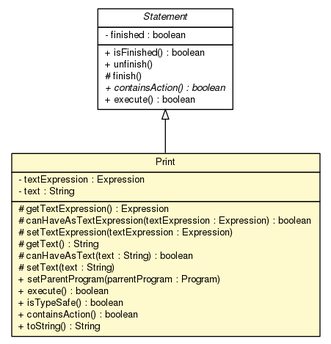
Earlier version of the Graphviz export doc/model/programs/parsing/language/statement/Print.png (sinopeus/asteroids). Its source is kept beside it as doc/model/programs/parsing/language/statement/Print.dot. The source it was exported from:
```dot

digraph G {
	edge [fontname="Helvetica",fontsize=10,labelfontname="Helvetica",labelfontsize=10];
	node [fontname="Helvetica",fontsize=10,shape=plaintext];
	nodesep=0.25;
	ranksep=0.5;
	c13630 [label=<<table title="model.programs.parsing.language.statement.Statement" border="0" cellborder="1" cellspacing="0" cellpadding="2" port="p" href="./Statement.html">
		<tr><td><table border="0" cellspacing="0" cellpadding="1">
<tr><td align="center" balign="center"><font face="Helvetica-Oblique"> Statement </font></td></tr>
		</table></td></tr>
		<tr><td><table border="0" cellspacing="0" cellpadding="1">
<tr><td align="left" balign="left"> - finished : boolean </td></tr>
		</table></td></tr>
		<tr><td><table border="0" cellspacing="0" cellpadding="1">
<tr><td align="left" balign="left"> + isFinished() : boolean </td></tr>
<tr><td align="left" balign="left"> + unfinish() </td></tr>
<tr><td align="left" balign="left"> # finish() </td></tr>
<tr><td align="left" balign="left"><font face="Helvetica-Oblique" point-size="10.0"> + containsAction() : boolean </font></td></tr>
<tr><td align="left" balign="left"> + execute() : boolean </td></tr>
		</table></td></tr>
		</table>>, URL="./Statement.html", fontname="Helvetica", fontcolor="black", fontsize=10.0];
	c13633 [label=<<table title="model.programs.parsing.language.statement.Print" border="0" cellborder="1" cellspacing="0" cellpadding="2" port="p" bgcolor="lemonChiffon" href="./Print.html">
		<tr><td><table border="0" cellspacing="0" cellpadding="1">
<tr><td align="center" balign="center"> Print </td></tr>
		</table></td></tr>
		<tr><td><table border="0" cellspacing="0" cellpadding="1">
<tr><td align="left" balign="left"> - textExpression : Expression </td></tr>
<tr><td align="left" balign="left"> - text : String </td></tr>
		</table></td></tr>
		<tr><td><table border="0" cellspacing="0" cellpadding="1">
<tr><td align="left" balign="left"> # getTextExpression() : Expression </td></tr>
<tr><td align="left" balign="left"> # canHaveAsTextExpression(textExpression : Expression) : boolean </td></tr>
<tr><td align="left" balign="left"> # setTextExpression(textExpression : Expression) </td></tr>
<tr><td align="left" balign="left"> # getText() : String </td></tr>
<tr><td align="left" balign="left"> # canHaveAsText(text : String) : boolean </td></tr>
<tr><td align="left" balign="left"> # setText(text : String) </td></tr>
<tr><td align="left" balign="left"> + setParentProgram(parrentProgram : Program) </td></tr>
<tr><td align="left" balign="left"> + execute() : boolean </td></tr>
<tr><td align="left" balign="left"> + isTypeSafe() : boolean </td></tr>
<tr><td align="left" balign="left"> + containsAction() : boolean </td></tr>
<tr><td align="left" balign="left"> + toString() : String </td></tr>
		</table></td></tr>
		</table>>, URL="./Print.html", fontname="Helvetica", fontcolor="black", fontsize=10.0];
	c13630:p -> c13633:p [dir=back,arrowtail=empty];
}
```
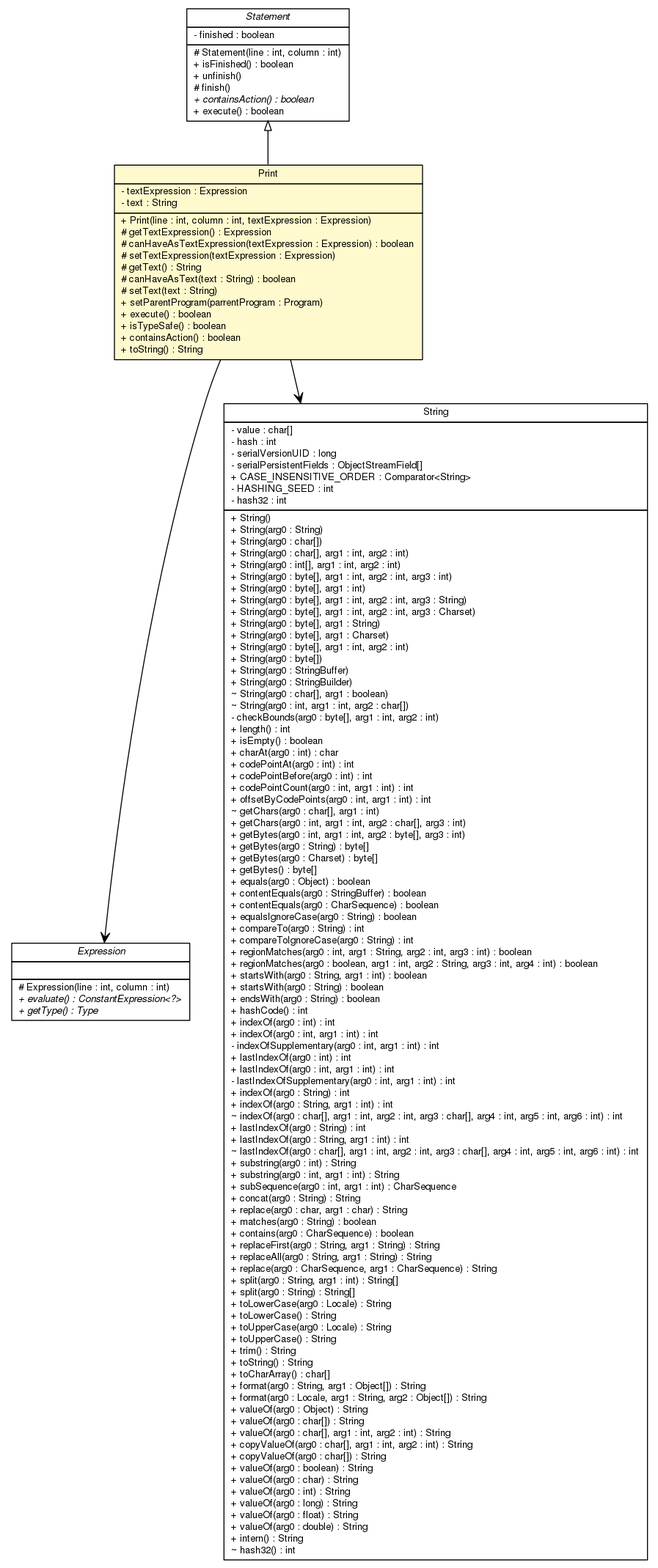
Above is the later version.

Diff of the diagram source:
```diff
@@ -4,7 +4,20 @@
 	node [fontname="Helvetica",fontsize=10,shape=plaintext];
 	nodesep=0.25;
 	ranksep=0.5;
-	c13630 [label=<<table title="model.programs.parsing.language.statement.Statement" border="0" cellborder="1" cellspacing="0" cellpadding="2" port="p" href="./Statement.html">
+	c13638 [label=<<table title="model.programs.parsing.language.expression.Expression" border="0" cellborder="1" cellspacing="0" cellpadding="2" port="p" href="../expression/Expression.html">
+		<tr><td><table border="0" cellspacing="0" cellpadding="1">
+<tr><td align="center" balign="center"><font face="Helvetica-Oblique"> Expression </font></td></tr>
+		</table></td></tr>
+		<tr><td><table border="0" cellspacing="0" cellpadding="1">
+<tr><td align="left" balign="left">  </td></tr>
+		</table></td></tr>
+		<tr><td><table border="0" cellspacing="0" cellpadding="1">
+<tr><td align="left" balign="left"> # Expression(line : int, column : int) </td></tr>
+<tr><td align="left" balign="left"><font face="Helvetica-Oblique" point-size="10.0"> + evaluate() : ConstantExpression&lt;?&gt; </font></td></tr>
+<tr><td align="left" balign="left"><font face="Helvetica-Oblique" point-size="10.0"> + getType() : Type </font></td></tr>
+		</table></td></tr>
+		</table>>, URL="../expression/Expression.html", fontname="Helvetica", fontcolor="black", fontsize=10.0];
+	c13677 [label=<<table title="model.programs.parsing.language.statement.Statement" border="0" cellborder="1" cellspacing="0" cellpadding="2" port="p" href="./Statement.html">
 		<tr><td><table border="0" cellspacing="0" cellpadding="1">
 <tr><td align="center" balign="center"><font face="Helvetica-Oblique"> Statement </font></td></tr>
 		</table></td></tr>
@@ -12,6 +25,7 @@
 <tr><td align="left" balign="left"> - finished : boolean </td></tr>
 		</table></td></tr>
 		<tr><td><table border="0" cellspacing="0" cellpadding="1">
+<tr><td align="left" balign="left"> # Statement(line : int, column : int) </td></tr>
 <tr><td align="left" balign="left"> + isFinished() : boolean </td></tr>
 <tr><td align="left" balign="left"> + unfinish() </td></tr>
 <tr><td align="left" balign="left"> # finish() </td></tr>
@@ -19,7 +33,7 @@
 <tr><td align="left" balign="left"> + execute() : boolean </td></tr>
 		</table></td></tr>
 		</table>>, URL="./Statement.html", fontname="Helvetica", fontcolor="black", fontsize=10.0];
-	c13633 [label=<<table title="model.programs.parsing.language.statement.Print" border="0" cellborder="1" cellspacing="0" cellpadding="2" port="p" bgcolor="lemonChiffon" href="./Print.html">
+	c13680 [label=<<table title="model.programs.parsing.language.statement.Print" border="0" cellborder="1" cellspacing="0" cellpadding="2" port="p" bgcolor="lemonChiffon" href="./Print.html">
 		<tr><td><table border="0" cellspacing="0" cellpadding="1">
 <tr><td align="center" balign="center"> Print </td></tr>
 		</table></td></tr>
@@ -28,6 +42,7 @@
 <tr><td align="left" balign="left"> - text : String </td></tr>
 		</table></td></tr>
 		<tr><td><table border="0" cellspacing="0" cellpadding="1">
+<tr><td align="left" balign="left"> + Print(line : int, column : int, textExpression : Expression) </td></tr>
 <tr><td align="left" balign="left"> # getTextExpression() : Expression </td></tr>
 <tr><td align="left" balign="left"> # canHaveAsTextExpression(textExpression : Expression) : boolean </td></tr>
 <tr><td align="left" balign="left"> # setTextExpression(textExpression : Expression) </td></tr>
@@ -41,5 +56,112 @@
 <tr><td align="left" balign="left"> + toString() : String </td></tr>
 		</table></td></tr>
 		</table>>, URL="./Print.html", fontname="Helvetica", fontcolor="black", fontsize=10.0];
-	c13630:p -> c13633:p [dir=back,arrowtail=empty];
+	c13677:p -> c13680:p [dir=back,arrowtail=empty];
+	c13680:p -> c13638:p [taillabel="", label="", headlabel="", fontname="Helvetica", fontcolor="black", fontsize=10.0, color="black", arrowhead=open];
+	c13680:p -> c13711:p [taillabel="", label="", headlabel="", fontname="Helvetica", fontcolor="black", fontsize=10.0, color="black", arrowhead=open];
+	c13711 [label=<<table title="java.lang.String" border="0" cellborder="1" cellspacing="0" cellpadding="2" port="p" href="http://java.sun.com/j2se/1.4.2/docs/api/java/lang/String.html">
+		<tr><td><table border="0" cellspacing="0" cellpadding="1">
+<tr><td align="center" balign="center"> String </td></tr>
+		</table></td></tr>
+		<tr><td><table border="0" cellspacing="0" cellpadding="1">
+<tr><td align="left" balign="left"> - value : char[] </td></tr>
+<tr><td align="left" balign="left"> - hash : int </td></tr>
+<tr><td align="left" balign="left"> - serialVersionUID : long </td></tr>
+<tr><td align="left" balign="left"> - serialPersistentFields : ObjectStreamField[] </td></tr>
+<tr><td align="left" balign="left"> + CASE_INSENSITIVE_ORDER : Comparator&lt;String&gt; </td></tr>
+<tr><td align="left" balign="left"> - HASHING_SEED : int </td></tr>
+<tr><td align="left" balign="left"> - hash32 : int </td></tr>
+		</table></td></tr>
+		<tr><td><table border="0" cellspacing="0" cellpadding="1">
+<tr><td align="left" balign="left"> + String() </td></tr>
+<tr><td align="left" balign="left"> + String(arg0 : String) </td></tr>
+<tr><td align="left" balign="left"> + String(arg0 : char[]) </td></tr>
+<tr><td align="left" balign="left"> + String(arg0 : char[], arg1 : int, arg2 : int) </td></tr>
+<tr><td align="left" balign="left"> + String(arg0 : int[], arg1 : int, arg2 : int) </td></tr>
+<tr><td align="left" balign="left"> + String(arg0 : byte[], arg1 : int, arg2 : int, arg3 : int) </td></tr>
+<tr><td align="left" balign="left"> + String(arg0 : byte[], arg1 : int) </td></tr>
+<tr><td align="left" balign="left"> + String(arg0 : byte[], arg1 : int, arg2 : int, arg3 : String) </td></tr>
+<tr><td align="left" balign="left"> + String(arg0 : byte[], arg1 : int, arg2 : int, arg3 : Charset) </td></tr>
+<tr><td align="left" balign="left"> + String(arg0 : byte[], arg1 : String) </td></tr>
+<tr><td align="left" balign="left"> + String(arg0 : byte[], arg1 : Charset) </td></tr>
+<tr><td align="left" balign="left"> + String(arg0 : byte[], arg1 : int, arg2 : int) </td></tr>
+<tr><td align="left" balign="left"> + String(arg0 : byte[]) </td></tr>
+<tr><td align="left" balign="left"> + String(arg0 : StringBuffer) </td></tr>
+<tr><td align="left" balign="left"> + String(arg0 : StringBuilder) </td></tr>
+<tr><td align="left" balign="left"> ~ String(arg0 : char[], arg1 : boolean) </td></tr>
+<tr><td align="left" balign="left"> ~ String(arg0 : int, arg1 : int, arg2 : char[]) </td></tr>
+<tr><td align="left" balign="left"> - checkBounds(arg0 : byte[], arg1 : int, arg2 : int) </td></tr>
+<tr><td align="left" balign="left"> + length() : int </td></tr>
+<tr><td align="left" balign="left"> + isEmpty() : boolean </td></tr>
+<tr><td align="left" balign="left"> + charAt(arg0 : int) : char </td></tr>
+<tr><td align="left" balign="left"> + codePointAt(arg0 : int) : int </td></tr>
+<tr><td align="left" balign="left"> + codePointBefore(arg0 : int) : int </td></tr>
+<tr><td align="left" balign="left"> + codePointCount(arg0 : int, arg1 : int) : int </td></tr>
+<tr><td align="left" balign="left"> + offsetByCodePoints(arg0 : int, arg1 : int) : int </td></tr>
+<tr><td align="left" balign="left"> ~ getChars(arg0 : char[], arg1 : int) </td></tr>
+<tr><td align="left" balign="left"> + getChars(arg0 : int, arg1 : int, arg2 : char[], arg3 : int) </td></tr>
+<tr><td align="left" balign="left"> + getBytes(arg0 : int, arg1 : int, arg2 : byte[], arg3 : int) </td></tr>
+<tr><td align="left" balign="left"> + getBytes(arg0 : String) : byte[] </td></tr>
+<tr><td align="left" balign="left"> + getBytes(arg0 : Charset) : byte[] </td></tr>
+<tr><td align="left" balign="left"> + getBytes() : byte[] </td></tr>
+<tr><td align="left" balign="left"> + equals(arg0 : Object) : boolean </td></tr>
+<tr><td align="left" balign="left"> + contentEquals(arg0 : StringBuffer) : boolean </td></tr>
+<tr><td align="left" balign="left"> + contentEquals(arg0 : CharSequence) : boolean </td></tr>
+<tr><td align="left" balign="left"> + equalsIgnoreCase(arg0 : String) : boolean </td></tr>
+<tr><td align="left" balign="left"> + compareTo(arg0 : String) : int </td></tr>
+<tr><td align="left" balign="left"> + compareToIgnoreCase(arg0 : String) : int </td></tr>
+<tr><td align="left" balign="left"> + regionMatches(arg0 : int, arg1 : String, arg2 : int, arg3 : int) : boolean </td></tr>
+<tr><td align="left" balign="left"> + regionMatches(arg0 : boolean, arg1 : int, arg2 : String, arg3 : int, arg4 : int) : boolean </td></tr>
+<tr><td align="left" balign="left"> + startsWith(arg0 : String, arg1 : int) : boolean </td></tr>
+<tr><td align="left" balign="left"> + startsWith(arg0 : String) : boolean </td></tr>
+<tr><td align="left" balign="left"> + endsWith(arg0 : String) : boolean </td></tr>
+<tr><td align="left" balign="left"> + hashCode() : int </td></tr>
+<tr><td align="left" balign="left"> + indexOf(arg0 : int) : int </td></tr>
+<tr><td align="left" balign="left"> + indexOf(arg0 : int, arg1 : int) : int </td></tr>
+<tr><td align="left" balign="left"> - indexOfSupplementary(arg0 : int, arg1 : int) : int </td></tr>
+<tr><td align="left" balign="left"> + lastIndexOf(arg0 : int) : int </td></tr>
+<tr><td align="left" balign="left"> + lastIndexOf(arg0 : int, arg1 : int) : int </td></tr>
+<tr><td align="left" balign="left"> - lastIndexOfSupplementary(arg0 : int, arg1 : int) : int </td></tr>
+<tr><td align="left" balign="left"> + indexOf(arg0 : String) : int </td></tr>
+<tr><td align="left" balign="left"> + indexOf(arg0 : String, arg1 : int) : int </td></tr>
+<tr><td align="left" balign="left"> ~ indexOf(arg0 : char[], arg1 : int, arg2 : int, arg3 : char[], arg4 : int, arg5 : int, arg6 : int) : int </td></tr>
+<tr><td align="left" balign="left"> + lastIndexOf(arg0 : String) : int </td></tr>
+<tr><td align="left" balign="left"> + lastIndexOf(arg0 : String, arg1 : int) : int </td></tr>
+<tr><td align="left" balign="left"> ~ lastIndexOf(arg0 : char[], arg1 : int, arg2 : int, arg3 : char[], arg4 : int, arg5 : int, arg6 : int) : int </td></tr>
+<tr><td align="left" balign="left"> + substring(arg0 : int) : String </td></tr>
+<tr><td align="left" balign="left"> + substring(arg0 : int, arg1 : int) : String </td></tr>
+<tr><td align="left" balign="left"> + subSequence(arg0 : int, arg1 : int) : CharSequence </td></tr>
+<tr><td align="left" balign="left"> + concat(arg0 : String) : String </td></tr>
+<tr><td align="left" balign="left"> + replace(arg0 : char, arg1 : char) : String </td></tr>
+<tr><td align="left" balign="left"> + matches(arg0 : String) : boolean </td></tr>
+<tr><td align="left" balign="left"> + contains(arg0 : CharSequence) : boolean </td></tr>
+<tr><td align="left" balign="left"> + replaceFirst(arg0 : String, arg1 : String) : String </td></tr>
+<tr><td align="left" balign="left"> + replaceAll(arg0 : String, arg1 : String) : String </td></tr>
+<tr><td align="left" balign="left"> + replace(arg0 : CharSequence, arg1 : CharSequence) : String </td></tr>
+<tr><td align="left" balign="left"> + split(arg0 : String, arg1 : int) : String[] </td></tr>
+<tr><td align="left" balign="left"> + split(arg0 : String) : String[] </td></tr>
+<tr><td align="left" balign="left"> + toLowerCase(arg0 : Locale) : String </td></tr>
+<tr><td align="left" balign="left"> + toLowerCase() : String </td></tr>
+<tr><td align="left" balign="left"> + toUpperCase(arg0 : Locale) : String </td></tr>
+<tr><td align="left" balign="left"> + toUpperCase() : String </td></tr>
+<tr><td align="left" balign="left"> + trim() : String </td></tr>
+<tr><td align="left" balign="left"> + toString() : String </td></tr>
+<tr><td align="left" balign="left"> + toCharArray() : char[] </td></tr>
+<tr><td align="left" balign="left"> + format(arg0 : String, arg1 : Object[]) : String </td></tr>
+<tr><td align="left" balign="left"> + format(arg0 : Locale, arg1 : String, arg2 : Object[]) : String </td></tr>
+<tr><td align="left" balign="left"> + valueOf(arg0 : Object) : String </td></tr>
+<tr><td align="left" balign="left"> + valueOf(arg0 : char[]) : String </td></tr>
+<tr><td align="left" balign="left"> + valueOf(arg0 : char[], arg1 : int, arg2 : int) : String </td></tr>
+<tr><td align="left" balign="left"> + copyValueOf(arg0 : char[], arg1 : int, arg2 : int) : String </td></tr>
+<tr><td align="left" balign="left"> + copyValueOf(arg0 : char[]) : String </td></tr>
+<tr><td align="left" balign="left"> + valueOf(arg0 : boolean) : String </td></tr>
+<tr><td align="left" balign="left"> + valueOf(arg0 : char) : String </td></tr>
+<tr><td align="left" balign="left"> + valueOf(arg0 : int) : String </td></tr>
+<tr><td align="left" balign="left"> + valueOf(arg0 : long) : String </td></tr>
+<tr><td align="left" balign="left"> + valueOf(arg0 : float) : String </td></tr>
+<tr><td align="left" balign="left"> + valueOf(arg0 : double) : String </td></tr>
+<tr><td align="left" balign="left"> + intern() : String </td></tr>
+<tr><td align="left" balign="left"> ~ hash32() : int </td></tr>
+		</table></td></tr>
+		</table>>, URL="http://java.sun.com/j2se/1.4.2/docs/api/java/lang/String.html", fontname="Helvetica", fontcolor="black", fontsize=10.0];
 }
```
